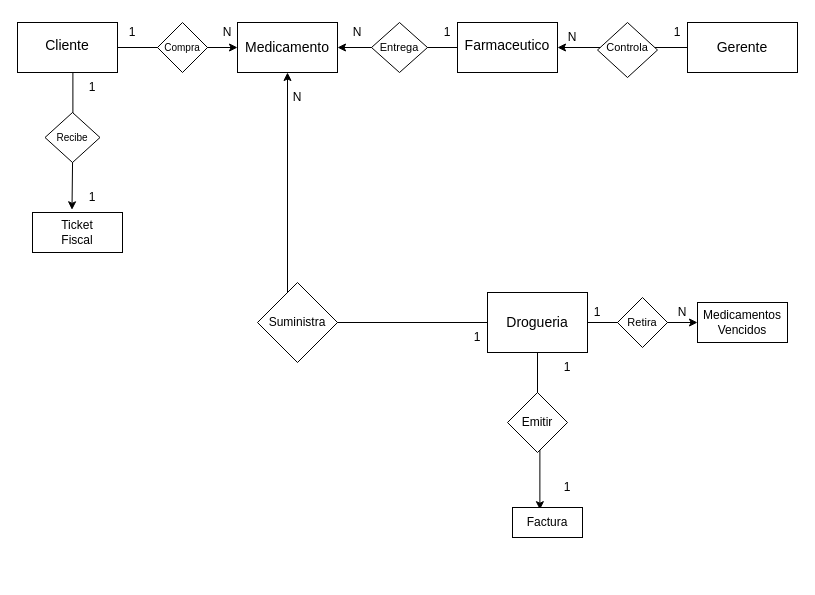
The draw.io diagram page "DER_Farmacia" (2 of 2) of farmaciaAE.drawio in yon026/pruebagit, before the edit. Source tidied: cells renumbered, new cells numbered last; positions are measured from the earlier drawing's top-left corner, leaving out a move shared by most shapes. Both pictures are drawn from the tidied source at 100%, with x=0, y=0 at pixel (17, 17).
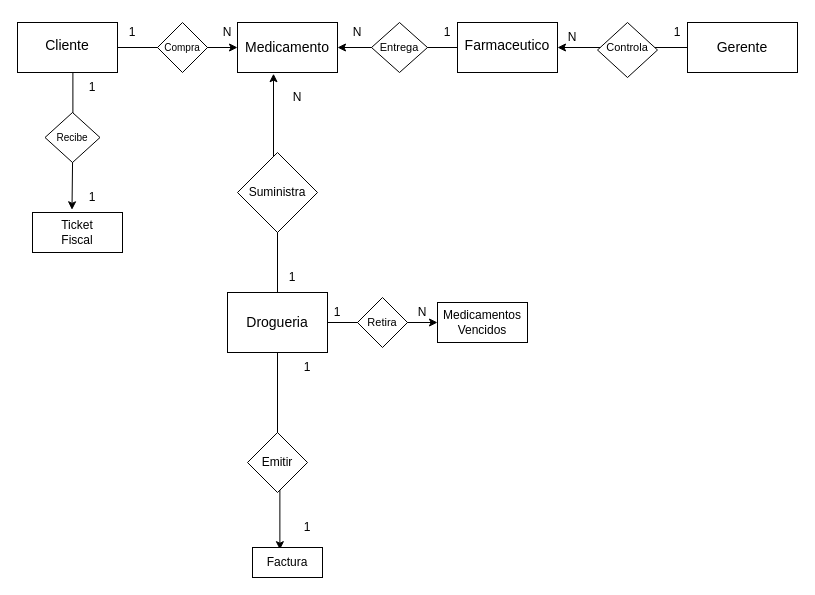
The same diagram, later.

Unchanged cells that the change refers to:
```xml
<mxCell id="8" style="rounded=0;whiteSpace=wrap;html=1;" parent="1" vertex="1">
  <mxGeometry x="220" y="5" width="100" height="50" as="geometry" />
</mxCell>
```

Change to the diagram source:
```diff
@@
+    <mxCell id="54" style="edgeStyle=orthogonalEdgeStyle;rounded=0;jettySize=auto;html=1;entryX=0.36;entryY=1.024;entryDx=0;entryDy=0;entryPerimeter=0;" parent="1" edge="1" source="23" target="8">
+      <mxGeometry relative="1" as="geometry">
+        <Array as="points">
+          <mxPoint x="260" y="173" />
+          <mxPoint x="256" y="173" />
+        </Array>
+      </mxGeometry>
+    </mxCell>
     <mxCell id="2" style="rounded=0;whiteSpace=wrap;html=1;" parent="1" vertex="1">
-      <mxGeometry x="680" y="285" width="90" height="40" as="geometry" />
+      <mxGeometry x="420" y="285" width="90" height="40" as="geometry" />
     </mxCell>
@@
     <mxCell id="4" style="rhombus;whiteSpace=wrap;html=1;" parent="1" vertex="1">
-      <mxGeometry x="490" y="375" width="60" height="60" as="geometry" />
+      <mxGeometry x="230" y="415" width="60" height="60" as="geometry" />
     </mxCell>
     <mxCell id="5" style="rounded=0;whiteSpace=wrap;html=1;" parent="1" vertex="1">
-      <mxGeometry x="495" y="490" width="70" height="30" as="geometry" />
+      <mxGeometry x="235" y="530" width="70" height="30" as="geometry" />
     </mxCell>
@@
-    <mxCell id="16" style="edgeStyle=orthogonalEdgeStyle;rounded=0;jettySize=auto;html=1;exitX=0;exitY=0.5;exitDx=0;exitDy=0;entryX=0.5;entryY=1;entryDx=0;entryDy=0;" parent="1" edge="1" source="18" target="8">
-      <mxGeometry relative="1" as="geometry" />
-    </mxCell>
@@
     <mxCell id="18" style="rounded=0;whiteSpace=wrap;html=1;" parent="1" vertex="1">
-      <mxGeometry x="470" y="275" width="100" height="60" as="geometry" />
+      <mxGeometry x="210" y="275" width="100" height="60" as="geometry" />
     </mxCell>
@@
     <mxCell id="23" value="Drogueria" style="text;html=1;align=center;verticalAlign=middle;whiteSpace=wrap;rounded=0;fontSize=14;" parent="1" vertex="1">
-      <mxGeometry x="490" y="290" width="60" height="30" as="geometry" />
+      <mxGeometry x="230" y="290" width="60" height="30" as="geometry" />
     </mxCell>
-    <mxCell id="24" style="endArrow=none;html=1;rounded=0;entryX=0.25;entryY=0;entryDx=0;entryDy=0;" parent="1" edge="1" target="36">
-      <mxGeometry relative="1" as="geometry">
-        <mxPoint x="280" y="305" as="sourcePoint" />
-      </mxGeometry>
-    </mxCell>
     <mxCell id="25" style="rhombus;whiteSpace=wrap;html=1;" parent="1" vertex="1">
-      <mxGeometry x="240" y="265" width="80" height="80" as="geometry" />
+      <mxGeometry x="220" y="135" width="80" height="80" as="geometry" />
     </mxCell>
@@
     <mxCell id="29" value="Suministra" style="text;html=1;align=center;verticalAlign=middle;whiteSpace=wrap;rounded=0;fontSize=12;" parent="1" vertex="1">
-      <mxGeometry x="250" y="290" width="60" height="30" as="geometry" />
+      <mxGeometry x="230" y="160" width="60" height="30" as="geometry" />
     </mxCell>
@@
     <mxCell id="32" value="Factura" style="text;html=1;align=center;verticalAlign=middle;whiteSpace=wrap;rounded=0;" parent="1" vertex="1">
-      <mxGeometry x="500" y="490" width="60" height="30" as="geometry" />
+      <mxGeometry x="240" y="530" width="60" height="30" as="geometry" />
     </mxCell>
@@
-    <mxCell id="36" value="1" style="text;html=1;align=center;verticalAlign=middle;whiteSpace=wrap;rounded=0;" parent="1" vertex="1">
-      <mxGeometry x="430" y="305" width="60" height="30" as="geometry" />
-    </mxCell>
@@
     <mxCell id="44" value="Emitir" style="text;html=1;align=center;verticalAlign=middle;whiteSpace=wrap;rounded=0;" parent="1" vertex="1">
-      <mxGeometry x="490" y="390" width="60" height="30" as="geometry" />
+      <mxGeometry x="230" y="430" width="60" height="30" as="geometry" />
     </mxCell>
@@
     <mxCell id="47" value="1" style="text;html=1;align=center;verticalAlign=middle;whiteSpace=wrap;rounded=0;" parent="1" vertex="1">
-      <mxGeometry x="520" y="335" width="60" height="30" as="geometry" />
+      <mxGeometry x="260" y="335" width="60" height="30" as="geometry" />
     </mxCell>
     <mxCell id="48" value="1" style="text;html=1;align=center;verticalAlign=middle;whiteSpace=wrap;rounded=0;" parent="1" vertex="1">
-      <mxGeometry x="520" y="455" width="60" height="30" as="geometry" />
+      <mxGeometry x="260" y="495" width="60" height="30" as="geometry" />
     </mxCell>
     <mxCell id="49" value="Medicamentos&lt;div&gt;Vencidos&lt;/div&gt;" style="text;html=1;align=center;verticalAlign=middle;whiteSpace=wrap;rounded=0;" parent="1" vertex="1">
-      <mxGeometry x="695" y="290" width="60" height="30" as="geometry" />
+      <mxGeometry x="435" y="290" width="60" height="30" as="geometry" />
     </mxCell>
     <mxCell id="50" style="rhombus;whiteSpace=wrap;html=1;" parent="1" vertex="1">
-      <mxGeometry x="600" y="280" width="50" height="50" as="geometry" />
+      <mxGeometry x="340" y="280" width="50" height="50" as="geometry" />
     </mxCell>
     <mxCell id="51" value="Retira" style="text;html=1;align=center;verticalAlign=middle;whiteSpace=wrap;rounded=0;fontSize=11;" parent="1" vertex="1">
-      <mxGeometry x="595" y="290" width="60" height="30" as="geometry" />
+      <mxGeometry x="335" y="290" width="60" height="30" as="geometry" />
     </mxCell>
     <mxCell id="52" value="1" style="text;html=1;align=center;verticalAlign=middle;whiteSpace=wrap;rounded=0;" parent="1" vertex="1">
-      <mxGeometry x="550" y="280" width="60" height="30" as="geometry" />
+      <mxGeometry x="290" y="280" width="60" height="30" as="geometry" />
     </mxCell>
     <mxCell id="53" value="N" style="text;html=1;align=center;verticalAlign=middle;whiteSpace=wrap;rounded=0;" parent="1" vertex="1">
-      <mxGeometry x="635" y="280" width="60" height="30" as="geometry" />
+      <mxGeometry x="375" y="280" width="60" height="30" as="geometry" />
     </mxCell>
+    <mxCell id="36" value="1" style="text;html=1;align=center;verticalAlign=middle;whiteSpace=wrap;rounded=0;" parent="1" vertex="1">
+      <mxGeometry x="245" y="245" width="60" height="30" as="geometry" />
+    </mxCell>
```
